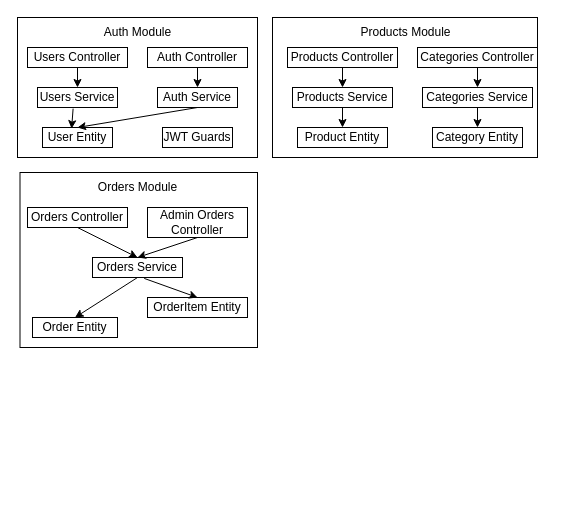
Earlier version of the draw.io diagram Diagram/so do nien luan/Biểu đồ kiến trúc Backend.drawio (HaoNgo232/laptop-shop). Source tidied: cells renumbered, new cells numbered last; positions are measured from the earlier drawing's top-left corner, leaving out a move shared by most shapes. Both pictures are drawn from the tidied source at 100%, with x=0, y=0 at pixel (17, 17).
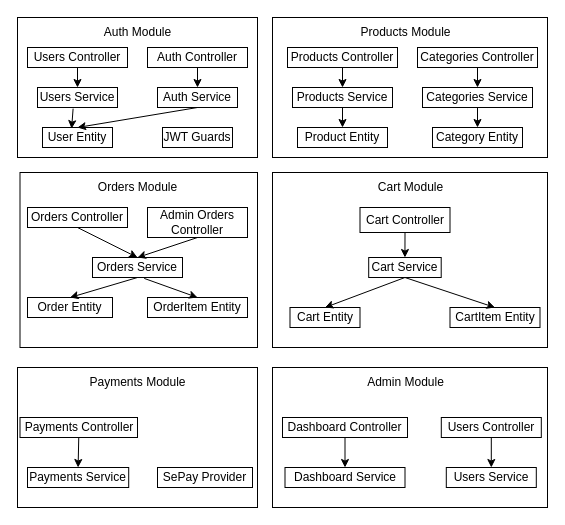
The same diagram, later.

Commit message (it also covers changes not shown here):
Cập nhật Biểu đồ kiến trúc Backend.drawio

The edit, as a diff of the source:
```diff
@@
+    <mxCell id="37" style="rounded=0;whiteSpace=wrap;html=1;" parent="1" vertex="1">
+      <mxGeometry x="255" y="350" width="275" height="140" as="geometry" />
+    </mxCell>
+    <mxCell id="38" style="rounded=0;whiteSpace=wrap;html=1;" parent="1" vertex="1">
+      <mxGeometry y="350" width="240" height="140" as="geometry" />
+    </mxCell>
+    <mxCell id="39" style="rounded=0;whiteSpace=wrap;html=1;" parent="1" vertex="1">
+      <mxGeometry x="255" y="155" width="275" height="175" as="geometry" />
+    </mxCell>
@@
     <mxCell id="3" style="rounded=0;whiteSpace=wrap;html=1;" parent="1" vertex="1">
-      <mxGeometry x="255" width="265" height="140" as="geometry" />
+      <mxGeometry x="255" width="275" height="140" as="geometry" />
     </mxCell>
@@
     <mxCell id="29" value="Order Entity" style="whiteSpace=wrap;html=1;" parent="1" vertex="1">
-      <mxGeometry x="15" y="300" width="85" height="20" as="geometry" />
+      <mxGeometry x="10" y="280" width="85" height="20" as="geometry" />
     </mxCell>
@@
+    <mxCell id="40" value="Cart Service" style="whiteSpace=wrap;html=1;" parent="1" vertex="1">
+      <mxGeometry x="351.2" y="240" width="72.5" height="20" as="geometry" />
+    </mxCell>
+    <mxCell id="41" value="Cart Entity" style="whiteSpace=wrap;html=1;" parent="1" vertex="1">
+      <mxGeometry x="272.5" y="290" width="70" height="20" as="geometry" />
+    </mxCell>
+    <mxCell id="42" value="CartItem Entity" style="whiteSpace=wrap;html=1;" parent="1" vertex="1">
+      <mxGeometry x="432.5" y="290" width="90" height="20" as="geometry" />
+    </mxCell>
+    <mxCell id="43" value="Cart Controller" style="whiteSpace=wrap;html=1;" parent="1" vertex="1">
+      <mxGeometry x="342.5" y="190" width="90" height="25" as="geometry" />
+    </mxCell>
+    <mxCell id="44" style="endArrow=classic;html=1;rounded=0;entryX=0.5;entryY=0;entryDx=0;entryDy=0;exitX=0.5;exitY=1;exitDx=0;exitDy=0;" parent="1" edge="1" source="43" target="40">
+      <mxGeometry relative="1" as="geometry" />
+    </mxCell>
+    <mxCell id="45" style="endArrow=classic;html=1;rounded=0;entryX=0.5;entryY=0;entryDx=0;entryDy=0;exitX=0.5;exitY=1;exitDx=0;exitDy=0;" parent="1" edge="1" source="40" target="41">
+      <mxGeometry relative="1" as="geometry" />
+    </mxCell>
+    <mxCell id="46" style="endArrow=classic;html=1;rounded=0;entryX=0.5;entryY=0;entryDx=0;entryDy=0;exitX=0.5;exitY=1;exitDx=0;exitDy=0;" parent="1" edge="1" source="40" target="42">
+      <mxGeometry relative="1" as="geometry" />
+    </mxCell>
+    <mxCell id="47" value="Cart Module" style="text;html=1;align=center;verticalAlign=middle;strokeColor=none;fillColor=none;" parent="1" vertex="1">
+      <mxGeometry x="347.5" y="155" width="90" height="30" as="geometry" />
+    </mxCell>
+    <mxCell id="48" value="Payments Module" style="text;html=1;align=center;verticalAlign=middle;strokeColor=none;fillColor=none;" parent="1" vertex="1">
+      <mxGeometry x="60" y="350" width="120" height="30" as="geometry" />
+    </mxCell>
+    <mxCell id="49" value="Payments Controller" style="whiteSpace=wrap;html=1;" parent="1" vertex="1">
+      <mxGeometry x="2.5" y="400" width="117.5" height="20" as="geometry" />
+    </mxCell>
+    <mxCell id="50" value="Payments Service" style="whiteSpace=wrap;html=1;" parent="1" vertex="1">
+      <mxGeometry x="10" y="450" width="101.2" height="20" as="geometry" />
+    </mxCell>
+    <mxCell id="51" value="SePay Provider" style="whiteSpace=wrap;html=1;" parent="1" vertex="1">
+      <mxGeometry x="140" y="450" width="95" height="20" as="geometry" />
+    </mxCell>
+    <mxCell id="52" style="endArrow=classic;html=1;rounded=0;entryX=0.5;entryY=0;entryDx=0;entryDy=0;exitX=0.5;exitY=1;exitDx=0;exitDy=0;" parent="1" edge="1" source="49" target="50">
+      <mxGeometry relative="1" as="geometry" />
+    </mxCell>
+    <mxCell id="53" value="Dashboard Controller" style="whiteSpace=wrap;html=1;" parent="1" vertex="1">
+      <mxGeometry x="265" y="400" width="125" height="20" as="geometry" />
+    </mxCell>
+    <mxCell id="54" value="Dashboard Service" style="whiteSpace=wrap;html=1;" parent="1" vertex="1">
+      <mxGeometry x="267.5" y="450" width="120" height="20" as="geometry" />
+    </mxCell>
+    <mxCell id="55" value="Users Controller" style="whiteSpace=wrap;html=1;" parent="1" vertex="1">
+      <mxGeometry x="423.8" y="400" width="100" height="20" as="geometry" />
+    </mxCell>
+    <mxCell id="56" value="Users Service" style="whiteSpace=wrap;html=1;" parent="1" vertex="1">
+      <mxGeometry x="428.8" y="450" width="90" height="20" as="geometry" />
+    </mxCell>
+    <mxCell id="57" value="Admin Module" style="text;html=1;align=center;verticalAlign=middle;strokeColor=none;fillColor=none;" parent="1" vertex="1">
+      <mxGeometry x="337.5" y="350" width="100" height="30" as="geometry" />
+    </mxCell>
+    <mxCell id="58" style="endArrow=classic;html=1;rounded=0;entryX=0.5;entryY=0;entryDx=0;entryDy=0;exitX=0.5;exitY=1;exitDx=0;exitDy=0;" parent="1" edge="1" source="53" target="54">
+      <mxGeometry relative="1" as="geometry" />
+    </mxCell>
+    <mxCell id="59" style="endArrow=classic;html=1;rounded=0;entryX=0.5;entryY=0;entryDx=0;entryDy=0;exitX=0.5;exitY=1;exitDx=0;exitDy=0;" parent="1" edge="1" source="55" target="56">
+      <mxGeometry relative="1" as="geometry" />
+    </mxCell>
```
